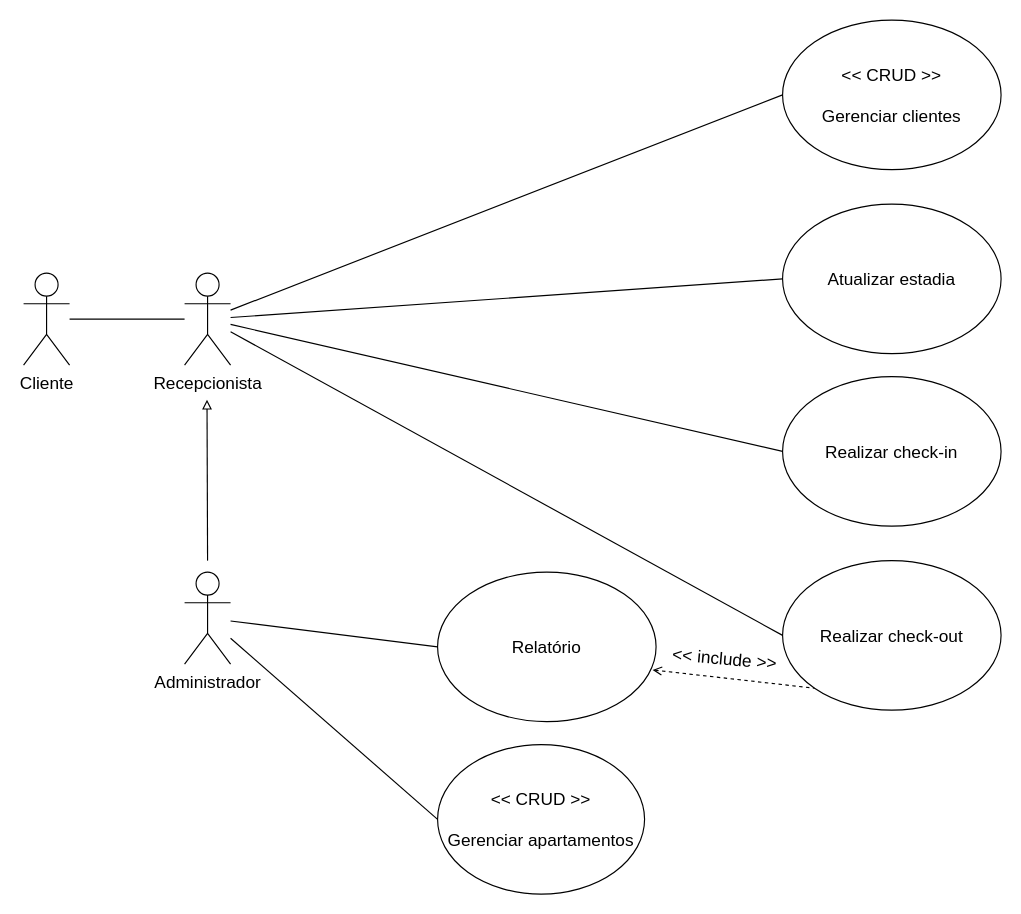
The draw.io diagram Documents/Diagrama_casos_de_uso.drawio in RenanGAS/SGH, before the edit. Source tidied: cells renumbered, new cells numbered last; positions are measured from the earlier drawing's top-left corner, leaving out a move shared by most shapes. Both pictures are drawn from the tidied source at 115%, with x=0, y=0 at pixel (23, 20).
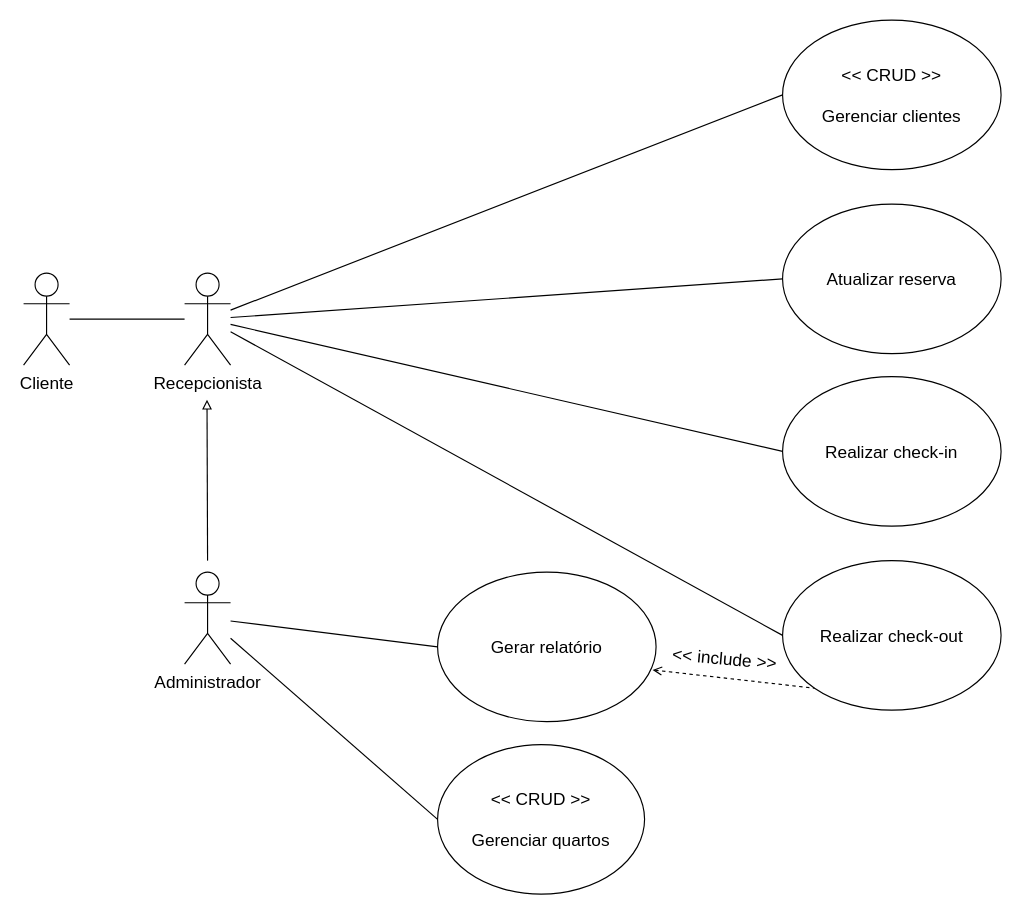
After the change.

The edit, as a diff of the source:
```diff
@@
-    <mxCell id="6" value="&amp;lt;&amp;lt; CRUD &amp;gt;&amp;gt;&lt;br&gt;&lt;br&gt;Gerenciar apartamentos" style="ellipse;whiteSpace=wrap;html=1;fontSize=15;" parent="1" vertex="1">
+    <mxCell id="6" value="&amp;lt;&amp;lt; CRUD &amp;gt;&amp;gt;&lt;br&gt;&lt;br&gt;Gerenciar quartos" style="ellipse;whiteSpace=wrap;html=1;fontSize=15;" parent="1" vertex="1">
       <mxGeometry x="360" y="630" width="180" height="130" as="geometry" />
     </mxCell>
@@
-    <mxCell id="10" value="Atualizar estadia" style="ellipse;whiteSpace=wrap;html=1;fontSize=15;" parent="1" vertex="1">
+    <mxCell id="10" value="Atualizar reserva" style="ellipse;whiteSpace=wrap;html=1;fontSize=15;" parent="1" vertex="1">
       <mxGeometry x="660" y="160" width="190" height="130" as="geometry" />
     </mxCell>
@@
-    <mxCell id="16" value="Relatório" style="ellipse;whiteSpace=wrap;html=1;fontSize=15;" parent="1" vertex="1">
+    <mxCell id="16" value="Gerar relatório" style="ellipse;whiteSpace=wrap;html=1;fontSize=15;" parent="1" vertex="1">
       <mxGeometry x="360" y="480" width="190" height="130" as="geometry" />
     </mxCell>
```
